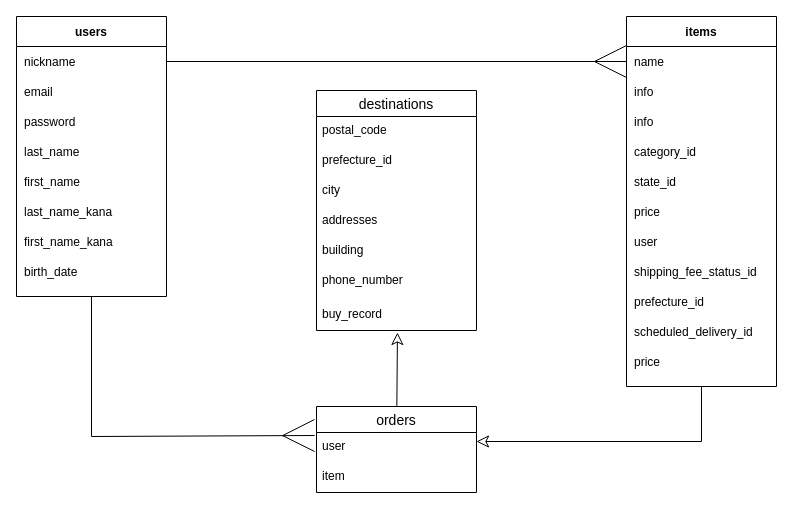
Earlier version of the draw.io diagram ER.dio (yokichioshima/furima-37359). Source tidied: cells renumbered, new cells numbered last; positions are measured from the earlier drawing's top-left corner, leaving out a move shared by most shapes. Both pictures are drawn from the tidied source at 100%, with x=0, y=0 at pixel (16, 16).
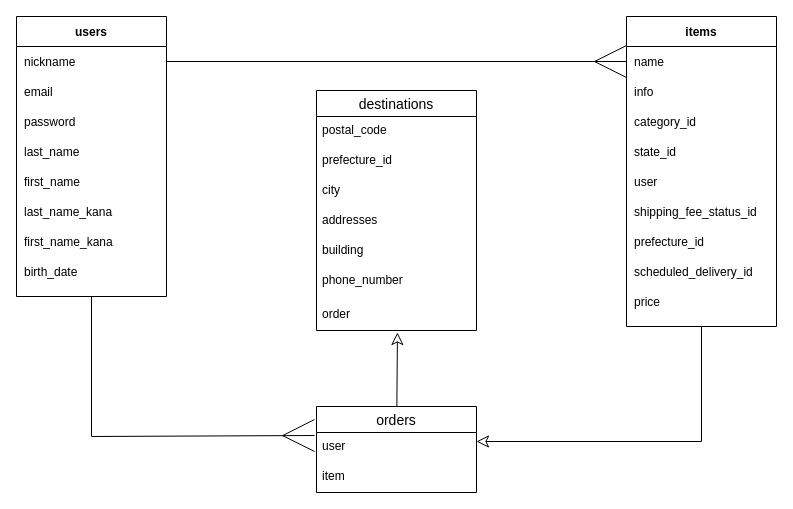
The same page after the edit.

Unchanged cells that the change refers to:
```xml
<mxCell id="45" value="user" style="text;strokeColor=none;fillColor=none;spacingLeft=4;spacingRight=4;overflow=hidden;points=[[0,0.5],[1,0.5]];portConstraint=eastwest;fontSize=12;" parent="44" vertex="1">
  <mxGeometry y="26" width="160" height="30" as="geometry" />
</mxCell>
<mxCell id="47" value="destinations" style="swimlane;fontStyle=0;horizontal=1;startSize=26;align=center;fontSize=14;" parent="1" vertex="1">
  <mxGeometry x="300" y="74" width="160" height="240" as="geometry" />
</mxCell>
```

Change to the diagram source:
```diff
@@
     <mxCell id="20" value="items" style="shape=table;startSize=30;childLayout=tableLayout;rowLines=0;fontStyle=1;align=center;" parent="1" vertex="1">
-      <mxGeometry x="610" width="150" height="370" as="geometry" />
+      <mxGeometry x="610" width="150" height="310" as="geometry" />
     </mxCell>
@@
-    <mxCell id="25" style="shape=partialRectangle;fillColor=none;top=0;left=0;bottom=0;right=0;" parent="20" vertex="1">
-      <mxGeometry y="90" width="150" height="30" as="geometry" />
-    </mxCell>
-    <mxCell id="26" value="info" style="shape=partialRectangle;fillColor=none;top=0;left=0;bottom=0;right=0;align=left;spacingLeft=6;overflow=hidden;" parent="25" vertex="1">
-      <mxGeometry width="150" height="30" as="geometry" />
-    </mxCell>
     <mxCell id="27" style="shape=partialRectangle;fillColor=none;top=0;left=0;bottom=0;right=0;" parent="20" vertex="1">
-      <mxGeometry y="120" width="150" height="30" as="geometry" />
+      <mxGeometry y="90" width="150" height="30" as="geometry" />
     </mxCell>
@@
     <mxCell id="29" style="shape=partialRectangle;fillColor=none;top=0;left=0;bottom=0;right=0;" parent="20" vertex="1">
-      <mxGeometry y="150" width="150" height="30" as="geometry" />
+      <mxGeometry y="120" width="150" height="30" as="geometry" />
     </mxCell>
@@
-    <mxCell id="31" style="shape=partialRectangle;fillColor=none;top=0;left=0;bottom=0;right=0;" parent="20" vertex="1">
-      <mxGeometry y="180" width="150" height="30" as="geometry" />
-    </mxCell>
-    <mxCell id="32" value="price" style="shape=partialRectangle;fillColor=none;top=0;left=0;bottom=0;right=0;align=left;spacingLeft=6;overflow=hidden;" parent="31" vertex="1">
-      <mxGeometry width="150" height="30" as="geometry" />
-    </mxCell>
     <mxCell id="33" style="shape=partialRectangle;fillColor=none;top=0;left=0;bottom=0;right=0;" parent="20" vertex="1">
-      <mxGeometry y="210" width="150" height="30" as="geometry" />
+      <mxGeometry y="150" width="150" height="30" as="geometry" />
     </mxCell>
@@
     <mxCell id="35" style="shape=partialRectangle;fillColor=none;top=0;left=0;bottom=0;right=0;" parent="20" vertex="1">
-      <mxGeometry y="240" width="150" height="30" as="geometry" />
+      <mxGeometry y="180" width="150" height="30" as="geometry" />
     </mxCell>
@@
     <mxCell id="37" style="shape=partialRectangle;fillColor=none;top=0;left=0;bottom=0;right=0;" parent="20" vertex="1">
-      <mxGeometry y="270" width="150" height="30" as="geometry" />
+      <mxGeometry y="210" width="150" height="30" as="geometry" />
     </mxCell>
@@
     <mxCell id="39" style="shape=partialRectangle;fillColor=none;top=0;left=0;bottom=0;right=0;" parent="20" vertex="1">
-      <mxGeometry y="300" width="150" height="30" as="geometry" />
+      <mxGeometry y="240" width="150" height="30" as="geometry" />
     </mxCell>
@@
     <mxCell id="41" style="shape=partialRectangle;fillColor=none;top=0;left=0;bottom=0;right=0;" parent="20" vertex="1">
-      <mxGeometry y="330" width="150" height="30" as="geometry" />
+      <mxGeometry y="270" width="150" height="30" as="geometry" />
     </mxCell>
@@
-    <mxCell id="54" value="buy_record" style="text;strokeColor=none;fillColor=none;spacingLeft=4;spacingRight=4;overflow=hidden;points=[[0,0.5],[1,0.5]];portConstraint=eastwest;fontSize=12;" parent="47" vertex="1">
+    <mxCell id="54" value="order" style="text;strokeColor=none;fillColor=none;spacingLeft=4;spacingRight=4;overflow=hidden;points=[[0,0.5],[1,0.5]];portConstraint=eastwest;fontSize=12;" parent="47" vertex="1">
       <mxGeometry y="210" width="160" height="30" as="geometry" />
     </mxCell>
@@
-    <mxCell id="56" style="edgeStyle=none;html=1;entryX=1;entryY=0.3;entryDx=0;entryDy=0;entryPerimeter=0;endArrow=classic;endFill=0;endSize=10;rounded=0;" parent="1" edge="1" target="45">
+    <mxCell id="56" style="edgeStyle=none;html=1;entryX=1;entryY=0.3;entryDx=0;entryDy=0;entryPerimeter=0;endArrow=classic;endFill=0;endSize=10;rounded=0;exitX=0.5;exitY=1;exitDx=0;exitDy=0;" parent="1" edge="1" source="20" target="45">
       <mxGeometry relative="1" as="geometry">
-        <mxPoint x="685" y="370" as="sourcePoint" />
         <Array as="points">
           <mxPoint x="685" y="425" />
         </Array>
       </mxGeometry>
     </mxCell>
```
